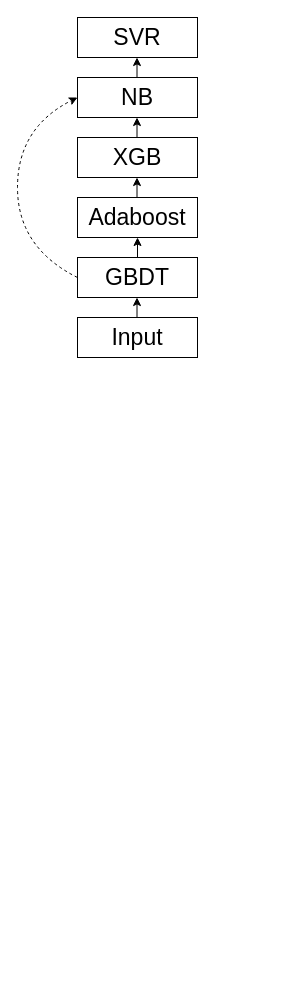
This is Untitled Diagram.drawio from guoriyue/picture, a draw.io file, before an edit. Source tidied: cells renumbered, new cells numbered last; positions are measured from the earlier drawing's top-left corner, leaving out a move shared by most shapes. Both pictures are drawn from the tidied source at 100%, with x=0, y=0 at pixel (17, 17).
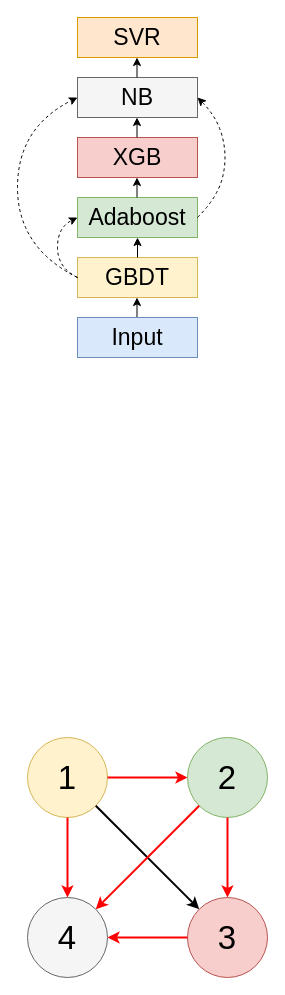
The same page after the edit.

What changed in the source:
```diff
@@
-    <mxCell id="2" style="rounded=0;whiteSpace=wrap;html=1;" parent="1" vertex="1">
+    <mxCell id="2" style="rounded=0;whiteSpace=wrap;html=1;fillColor=#ffe6cc;strokeColor=#d79b00;" parent="1" vertex="1">
       <mxGeometry x="60" width="120" height="40" as="geometry" />
     </mxCell>
-    <mxCell id="3" style="rounded=0;whiteSpace=wrap;html=1;" parent="1" vertex="1">
+    <mxCell id="3" style="rounded=0;whiteSpace=wrap;html=1;fillColor=#f5f5f5;strokeColor=#666666;fontColor=#333333;" parent="1" vertex="1">
       <mxGeometry x="60" y="60" width="120" height="40" as="geometry" />
     </mxCell>
-    <mxCell id="4" style="rounded=0;whiteSpace=wrap;html=1;" parent="1" vertex="1">
+    <mxCell id="4" style="rounded=0;whiteSpace=wrap;html=1;fillColor=#f8cecc;strokeColor=#b85450;" parent="1" vertex="1">
       <mxGeometry x="60" y="120" width="120" height="40" as="geometry" />
     </mxCell>
-    <mxCell id="5" style="rounded=0;whiteSpace=wrap;html=1;" parent="1" vertex="1">
+    <mxCell id="5" style="rounded=0;whiteSpace=wrap;html=1;fillColor=#d5e8d4;strokeColor=#82b366;" parent="1" vertex="1">
       <mxGeometry x="60" y="180" width="120" height="40" as="geometry" />
     </mxCell>
-    <mxCell id="6" style="rounded=0;whiteSpace=wrap;html=1;" parent="1" vertex="1">
+    <mxCell id="6" style="rounded=0;whiteSpace=wrap;html=1;fillColor=#fff2cc;strokeColor=#d6b656;" parent="1" vertex="1">
       <mxGeometry x="60" y="240" width="120" height="40" as="geometry" />
     </mxCell>
@@
-    <mxCell id="12" style="rounded=0;whiteSpace=wrap;html=1;" parent="1" vertex="1">
+    <mxCell id="12" style="rounded=0;whiteSpace=wrap;html=1;fillColor=#dae8fc;strokeColor=#6c8ebf;" parent="1" vertex="1">
       <mxGeometry x="60" y="300" width="120" height="40" as="geometry" />
     </mxCell>
@@
+    <mxCell id="20" style="curved=1;endArrow=classic;html=1;dashed=1;entryX=0;entryY=0.5;entryDx=0;entryDy=0;" parent="1" edge="1" target="5">
+      <mxGeometry relative="1" as="geometry">
+        <mxPoint x="60" y="260" as="sourcePoint" />
+        <Array as="points">
+          <mxPoint x="40" y="250" />
+          <mxPoint x="40" y="210" />
+        </Array>
+      </mxGeometry>
+    </mxCell>
+    <mxCell id="21" style="curved=1;endArrow=classic;html=1;dashed=1;entryX=1;entryY=0.5;entryDx=0;entryDy=0;exitX=1;exitY=0.5;exitDx=0;exitDy=0;shadow=0;" parent="1" edge="1">
+      <mxGeometry relative="1" as="geometry">
+        <mxPoint x="180" y="200" as="sourcePoint" />
+        <mxPoint x="180" y="80" as="targetPoint" />
+        <Array as="points">
+          <mxPoint x="200" y="180" />
+          <mxPoint x="210" y="140" />
+          <mxPoint x="200" y="100" />
+        </Array>
+      </mxGeometry>
+    </mxCell>
+    <mxCell id="22" style="ellipse;whiteSpace=wrap;html=1;fillColor=#fff2cc;strokeColor=#d6b656;" parent="1" vertex="1">
+      <mxGeometry x="10" y="720" width="80" height="80" as="geometry" />
+    </mxCell>
+    <mxCell id="23" style="ellipse;whiteSpace=wrap;html=1;fillColor=#d5e8d4;strokeColor=#82b366;" parent="1" vertex="1">
+      <mxGeometry x="170" y="720" width="80" height="80" as="geometry" />
+    </mxCell>
+    <mxCell id="24" style="ellipse;whiteSpace=wrap;html=1;fillColor=#f8cecc;strokeColor=#b85450;" parent="1" vertex="1">
+      <mxGeometry x="170" y="880" width="80" height="80" as="geometry" />
+    </mxCell>
+    <mxCell id="25" style="ellipse;whiteSpace=wrap;html=1;fillColor=#f5f5f5;strokeColor=#666666;fontColor=#333333;" parent="1" vertex="1">
+      <mxGeometry x="10" y="880" width="80" height="80" as="geometry" />
+    </mxCell>
+    <mxCell id="26" style="endArrow=classic;html=1;shadow=0;exitX=1;exitY=1;exitDx=0;exitDy=0;entryX=0;entryY=0;entryDx=0;entryDy=0;strokeWidth=2;" parent="1" edge="1" source="22" target="24">
+      <mxGeometry relative="1" as="geometry" />
+    </mxCell>
+    <mxCell id="27" style="endArrow=classic;html=1;shadow=0;strokeColor=#FF0000;strokeWidth=2;exitX=1;exitY=0.5;exitDx=0;exitDy=0;entryX=0;entryY=0.5;entryDx=0;entryDy=0;" parent="1" edge="1" source="22" target="23">
+      <mxGeometry relative="1" as="geometry" />
+    </mxCell>
+    <mxCell id="28" style="endArrow=classic;html=1;shadow=0;strokeColor=#FF0000;strokeWidth=2;exitX=0.5;exitY=1;exitDx=0;exitDy=0;entryX=0.5;entryY=0;entryDx=0;entryDy=0;" parent="1" edge="1" source="22" target="25">
+      <mxGeometry relative="1" as="geometry" />
+    </mxCell>
+    <mxCell id="29" style="endArrow=classic;html=1;shadow=0;strokeColor=#FF0000;strokeWidth=2;exitX=0;exitY=1;exitDx=0;exitDy=0;entryX=1;entryY=0;entryDx=0;entryDy=0;" parent="1" edge="1" source="23" target="25">
+      <mxGeometry relative="1" as="geometry" />
+    </mxCell>
+    <mxCell id="30" style="endArrow=classic;html=1;shadow=0;strokeColor=#FF0000;strokeWidth=2;exitX=0.5;exitY=1;exitDx=0;exitDy=0;entryX=0.5;entryY=0;entryDx=0;entryDy=0;" parent="1" edge="1" source="23" target="24">
+      <mxGeometry relative="1" as="geometry" />
+    </mxCell>
+    <mxCell id="31" style="endArrow=classic;html=1;shadow=0;strokeColor=#FF0000;strokeWidth=2;exitX=0;exitY=0.5;exitDx=0;exitDy=0;entryX=1;entryY=0.5;entryDx=0;entryDy=0;" parent="1" edge="1" source="24" target="25">
+      <mxGeometry relative="1" as="geometry" />
+    </mxCell>
+    <mxCell id="32" value="&lt;font style=&quot;font-size: 33px&quot;&gt;1&lt;/font&gt;" style="text;html=1;strokeColor=none;fillColor=none;align=center;verticalAlign=middle;whiteSpace=wrap;rounded=0;" parent="1" vertex="1">
+      <mxGeometry x="30" y="750" width="40" height="20" as="geometry" />
+    </mxCell>
+    <mxCell id="33" value="&lt;font style=&quot;font-size: 33px&quot;&gt;4&lt;/font&gt;" style="text;html=1;strokeColor=none;fillColor=none;align=center;verticalAlign=middle;whiteSpace=wrap;rounded=0;" parent="1" vertex="1">
+      <mxGeometry x="30" y="910" width="40" height="20" as="geometry" />
+    </mxCell>
+    <mxCell id="34" value="&lt;font style=&quot;font-size: 33px&quot;&gt;3&lt;/font&gt;" style="text;html=1;strokeColor=none;fillColor=none;align=center;verticalAlign=middle;whiteSpace=wrap;rounded=0;" parent="1" vertex="1">
+      <mxGeometry x="190" y="910" width="40" height="20" as="geometry" />
+    </mxCell>
+    <mxCell id="35" value="&lt;font style=&quot;font-size: 33px&quot;&gt;2&lt;/font&gt;" style="text;html=1;strokeColor=none;fillColor=none;align=center;verticalAlign=middle;whiteSpace=wrap;rounded=0;" parent="1" vertex="1">
+      <mxGeometry x="190" y="750" width="40" height="20" as="geometry" />
+    </mxCell>
```
